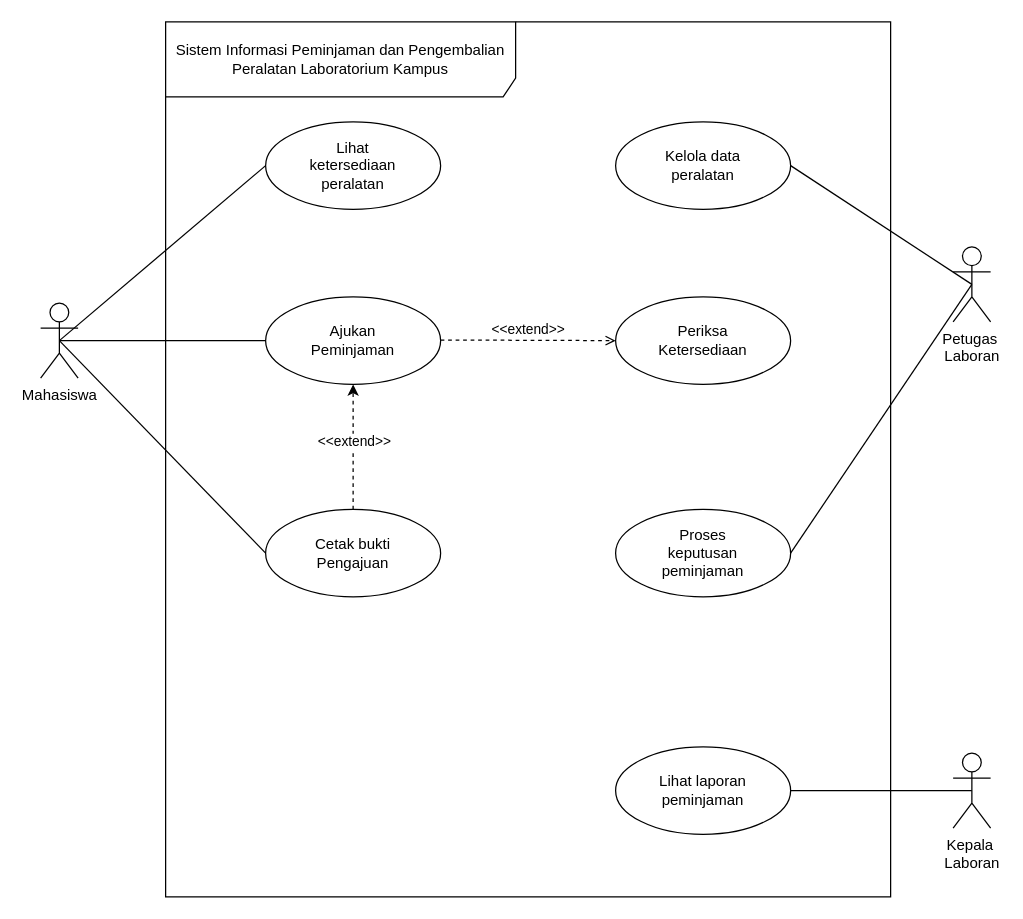
Before: 03_latihan_tools/P03/LAB/P03_2406081_LAB_usecase_v01.drawio in YGG0/IFRWP5149_2406081_LabAlat, a draw.io diagram. Source tidied: cells renumbered, new cells numbered last; positions are measured from the earlier drawing's top-left corner, leaving out a move shared by most shapes. Both pictures are drawn from the tidied source at 125%, with x=0, y=0 at pixel (40, 21).
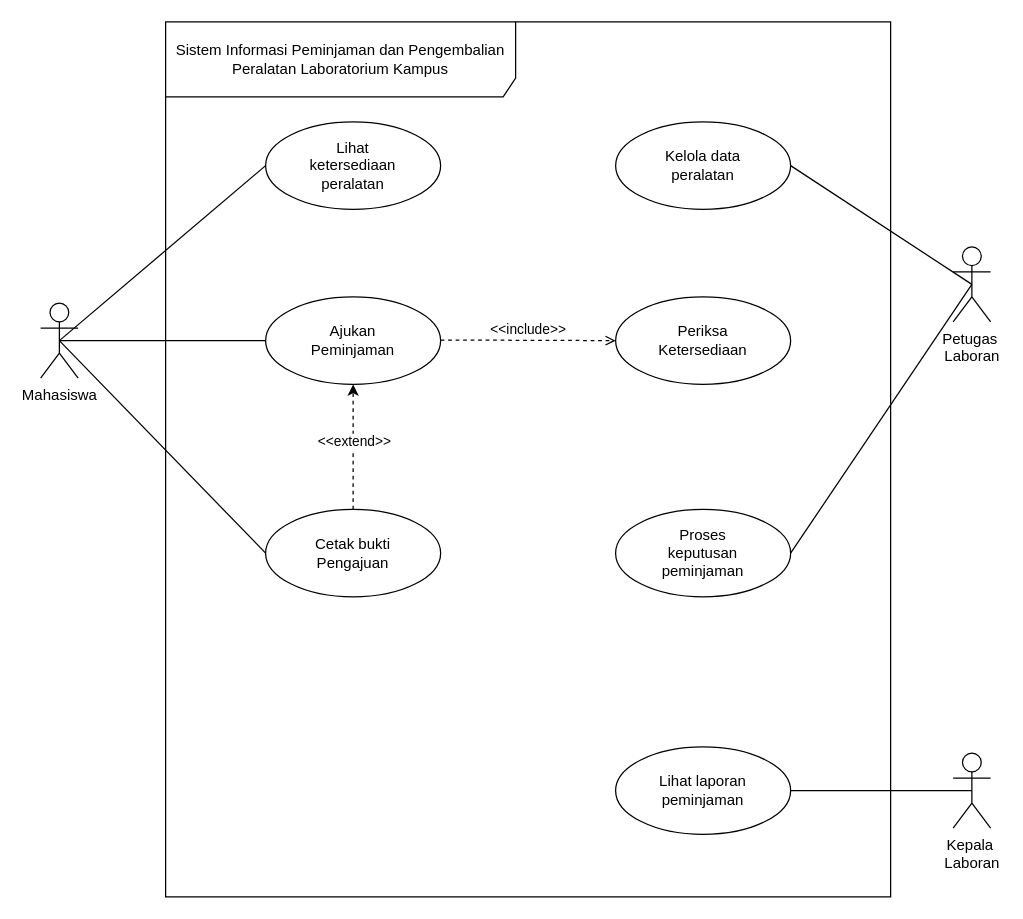
After the change.

Unchanged cells that the change refers to:
```xml
<mxCell id="15" value="Periksa&lt;div&gt;Ketersediaan&lt;/div&gt;" style="ellipse;whiteSpace=wrap;html=1;" parent="1" vertex="1">
  <mxGeometry x="460" y="220" width="140" height="70" as="geometry" />
</mxCell>
```

Change to the diagram source:
```diff
@@
-    <mxCell id="21" value="&amp;lt;&amp;lt;extend&amp;gt;&amp;gt;" style="html=1;verticalAlign=bottom;labelBackgroundColor=none;endArrow=open;endFill=0;dashed=1;entryX=0;entryY=0.5;entryDx=0;entryDy=0;" parent="1" edge="1" target="15">
+    <mxCell id="21" value="&amp;lt;&amp;lt;include&amp;gt;&amp;gt;" style="html=1;verticalAlign=bottom;labelBackgroundColor=none;endArrow=open;endFill=0;dashed=1;entryX=0;entryY=0.5;entryDx=0;entryDy=0;" parent="1" edge="1" target="15">
       <mxGeometry relative="1" as="geometry">
         <mxPoint x="320" y="254.5" as="sourcePoint" />
       </mxGeometry>
     </mxCell>
```
